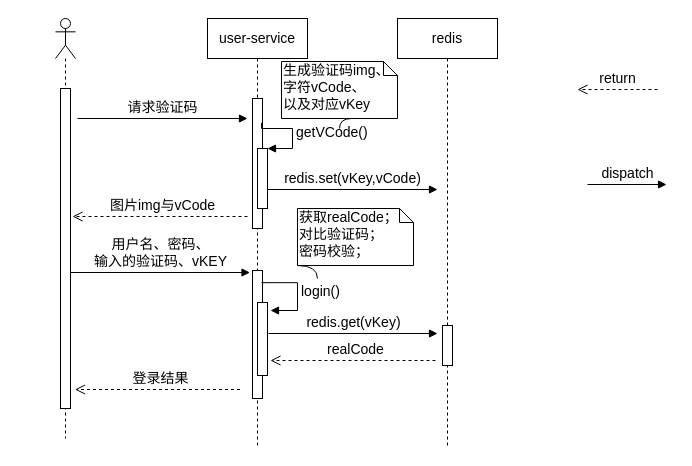
This is page "sequence-vcode" (1 of 4) of CDRS/module-design.drawio from waterwatermelon/graph, a draw.io file, before an edit. Source tidied: cells renumbered, new cells numbered last; positions are measured from the earlier drawing's top-left corner, leaving out a move shared by most shapes. Both pictures are drawn from the tidied source at 100%, with x=0, y=0 at pixel (55, 18).
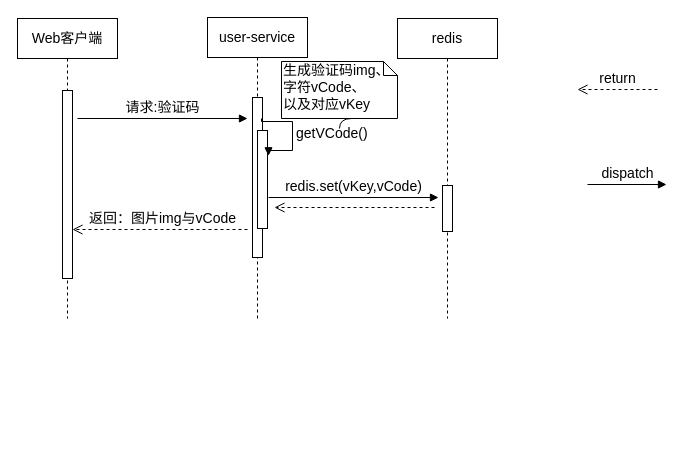
After the change.

Diff of the diagram source:
```diff
@@
-    <mxCell id="2" style="shape=umlLifeline;participant=umlActor;perimeter=lifelinePerimeter;whiteSpace=wrap;html=1;verticalAlign=top;spacingTop=36;labelBackgroundColor=#ffffff;fontSize=14;" parent="1" vertex="1">
-      <mxGeometry width="20" height="420" as="geometry" />
-    </mxCell>
-    <mxCell id="3" style="html=1;perimeter=orthogonalPerimeter;fontSize=14;" parent="2" vertex="1">
-      <mxGeometry x="5" y="70" width="10" height="320" as="geometry" />
-    </mxCell>
     <mxCell id="4" value="user-service" style="shape=umlLifeline;perimeter=lifelinePerimeter;whiteSpace=wrap;html=1;fontSize=14;" parent="1" vertex="1">
-      <mxGeometry x="152" width="100" height="430" as="geometry" />
+      <mxGeometry x="152" y="-1" width="100" height="301" as="geometry" />
     </mxCell>
     <mxCell id="5" style="html=1;points=[];perimeter=orthogonalPerimeter;fontSize=14;" parent="4" vertex="1">
-      <mxGeometry x="45" y="80" width="10" height="130" as="geometry" />
+      <mxGeometry x="45" y="80" width="10" height="160" as="geometry" />
     </mxCell>
-    <mxCell id="6" style="html=1;points=[];perimeter=orthogonalPerimeter;fontSize=14;" parent="4" vertex="1">
-      <mxGeometry x="45" y="252" width="10" height="128" as="geometry" />
-    </mxCell>
-    <mxCell id="7" style="html=1;perimeter=orthogonalPerimeter;fontSize=14;" parent="4" vertex="1">
-      <mxGeometry x="50" y="284" width="10" height="73" as="geometry" />
-    </mxCell>
-    <mxCell id="8" value="login()" style="edgeStyle=orthogonalEdgeStyle;html=1;align=left;spacingLeft=2;endArrow=block;rounded=0;fontSize=14;exitX=0.9;exitY=0.095;exitDx=0;exitDy=0;exitPerimeter=0;" parent="4" edge="1" source="6">
-      <mxGeometry relative="1" as="geometry">
-        <mxPoint x="63" y="292" as="targetPoint" />
-        <Array as="points">
-          <mxPoint x="90" y="264" />
-          <mxPoint x="90" y="292" />
-        </Array>
-      </mxGeometry>
-    </mxCell>
     <mxCell id="9" value="redis" style="shape=umlLifeline;perimeter=lifelinePerimeter;whiteSpace=wrap;html=1;fontSize=14;" parent="1" vertex="1">
-      <mxGeometry x="342" width="100" height="430" as="geometry" />
+      <mxGeometry x="342" width="100" height="300" as="geometry" />
     </mxCell>
-    <mxCell id="10" style="html=1;perimeter=orthogonalPerimeter;fontSize=14;" parent="9" vertex="1">
-      <mxGeometry x="45" y="307" width="10" height="40" as="geometry" />
-    </mxCell>
+    <mxCell id="26" style="html=1;perimeter=orthogonalPerimeter;fontSize=14;" parent="9" vertex="1">
+      <mxGeometry x="45" y="167" width="10" height="46" as="geometry" />
+    </mxCell>
-    <mxCell id="11" value="请求验证码" style="html=1;verticalAlign=bottom;endArrow=block;fontSize=14;" parent="1" edge="1">
+    <mxCell id="11" value="请求:验证码" style="html=1;verticalAlign=bottom;endArrow=block;fontSize=14;" parent="1" edge="1">
       <mxGeometry relative="1" as="geometry">
         <mxPoint x="22" y="100" as="sourcePoint" />
         <mxPoint x="192" y="100" as="targetPoint" />
       </mxGeometry>
     </mxCell>
@@
     <mxCell id="14" style="html=1;points=[];perimeter=orthogonalPerimeter;fontSize=14;" parent="1" vertex="1">
-      <mxGeometry x="202" y="130" width="10" height="60" as="geometry" />
+      <mxGeometry x="202" y="112" width="10" height="98" as="geometry" />
     </mxCell>
-    <mxCell id="15" value="getVCode()" style="edgeStyle=orthogonalEdgeStyle;html=1;align=left;spacingLeft=2;endArrow=block;rounded=0;entryX=1;entryY=0;fontSize=14;exitX=0.9;exitY=0.188;exitDx=0;exitDy=0;exitPerimeter=0;" parent="1" edge="1" source="5" target="14">
+    <mxCell id="15" value="getVCode()" style="edgeStyle=orthogonalEdgeStyle;html=1;align=left;spacingLeft=2;endArrow=block;rounded=0;fontSize=14;entryX=1.1;entryY=0.258;entryDx=0;entryDy=0;entryPerimeter=0;" parent="1" edge="1" target="14">
       <mxGeometry relative="1" as="geometry">
+        <mxPoint x="206" y="100" as="sourcePoint" />
         <Array as="points">
-          <mxPoint x="237" y="110" />
-          <mxPoint x="237" y="130" />
+          <mxPoint x="237" y="103" />
+          <mxPoint x="237" y="132" />
         </Array>
       </mxGeometry>
     </mxCell>
@@
-    <mxCell id="17" value="&lt;span style=&quot;white-space: nowrap&quot;&gt;生成验证码img、&lt;/span&gt;&lt;br style=&quot;white-space: nowrap&quot;&gt;&lt;span style=&quot;white-space: nowrap&quot;&gt;字符vCode、&lt;/span&gt;&lt;br style=&quot;white-space: nowrap&quot;&gt;&lt;span style=&quot;white-space: nowrap&quot;&gt;以及对应vKey&lt;/span&gt;" style="shape=note;whiteSpace=wrap;html=1;size=14;verticalAlign=top;align=left;spacingTop=-6;fontSize=14;" parent="1" vertex="1">
+    <mxCell id="17" value="&lt;span style=&quot;white-space: nowrap; font-size: 14px;&quot;&gt;生成验证码img、&lt;/span&gt;&lt;br style=&quot;white-space: nowrap; font-size: 14px;&quot;&gt;&lt;span style=&quot;white-space: nowrap; font-size: 14px;&quot;&gt;字符vCode、&lt;/span&gt;&lt;br style=&quot;white-space: nowrap; font-size: 14px;&quot;&gt;&lt;span style=&quot;white-space: nowrap; font-size: 14px;&quot;&gt;以及对应vKey&lt;/span&gt;" style="shape=note;whiteSpace=wrap;html=1;size=14;verticalAlign=top;align=left;spacingTop=-6;fontSize=14;" parent="1" vertex="1">
       <mxGeometry x="226" y="43" width="116" height="57" as="geometry" />
     </mxCell>
     <mxCell id="18" value="redis.set(vKey,vCode)" style="html=1;verticalAlign=bottom;endArrow=block;fontSize=14;" parent="1" edge="1">
       <mxGeometry relative="1" as="geometry">
-        <mxPoint x="212" y="171" as="sourcePoint" />
-        <mxPoint x="382" y="171" as="targetPoint" />
+        <mxPoint x="213" y="179" as="sourcePoint" />
+        <mxPoint x="383" y="179" as="targetPoint" />
       </mxGeometry>
     </mxCell>
-    <mxCell id="19" value="图片img与vCode" style="html=1;verticalAlign=bottom;endArrow=open;dashed=1;endSize=8;fontSize=14;" parent="1" edge="1">
+    <mxCell id="19" value="返回：图片img与vCode" style="html=1;verticalAlign=bottom;endArrow=open;dashed=1;endSize=8;fontSize=14;" parent="1" edge="1">
       <mxGeometry x="-0.03" relative="1" as="geometry">
-        <mxPoint x="192" y="198" as="sourcePoint" />
-        <mxPoint x="17" y="198" as="targetPoint" />
+        <mxPoint x="192" y="211" as="sourcePoint" />
+        <mxPoint x="17" y="211" as="targetPoint" />
       </mxGeometry>
     </mxCell>
-    <mxCell id="20" value="用户名、密码、&lt;br&gt;输入的验证码、vKEY" style="html=1;verticalAlign=bottom;endArrow=block;fontSize=14;" parent="1" edge="1">
-      <mxGeometry relative="1" as="geometry">
-        <mxPoint x="14.5" y="254" as="sourcePoint" />
-        <mxPoint x="194.5" y="254" as="targetPoint" />
-      </mxGeometry>
-    </mxCell>
-    <mxCell id="21" value="redis.get(vKey)" style="html=1;verticalAlign=bottom;endArrow=block;fontSize=14;" parent="1" edge="1">
-      <mxGeometry relative="1" as="geometry">
-        <mxPoint x="213" y="315" as="sourcePoint" />
-        <mxPoint x="382" y="315" as="targetPoint" />
-      </mxGeometry>
-    </mxCell>
-    <mxCell id="22" value="realCode" style="html=1;verticalAlign=bottom;endArrow=open;dashed=1;endSize=8;fontSize=14;" parent="1" edge="1">
-      <mxGeometry x="-0.03" relative="1" as="geometry">
-        <mxPoint x="380" y="342" as="sourcePoint" />
-        <mxPoint x="215" y="342" as="targetPoint" />
-      </mxGeometry>
-    </mxCell>
-    <mxCell id="23" style="edgeStyle=orthogonalEdgeStyle;curved=1;rounded=0;jettySize=auto;html=1;exitX=0;exitY=1;exitDx=0;exitDy=0;exitPerimeter=0;endArrow=none;endFill=0;fontSize=14;" parent="1" edge="1" source="24">
-      <mxGeometry relative="1" as="geometry">
-        <mxPoint x="262" y="260" as="targetPoint" />
-      </mxGeometry>
-    </mxCell>
-    <mxCell id="24" value="&lt;span style=&quot;white-space: nowrap&quot;&gt;获取real&lt;/span&gt;&lt;span style=&quot;white-space: nowrap&quot;&gt;Code；&lt;br&gt;&lt;/span&gt;对比验证码；&lt;br&gt;密码校验；" style="shape=note;whiteSpace=wrap;html=1;size=14;verticalAlign=top;align=left;spacingTop=-6;fontSize=14;" parent="1" vertex="1">
-      <mxGeometry x="242" y="190" width="116" height="57" as="geometry" />
-    </mxCell>
-    <mxCell id="25" value="登录结果" style="html=1;verticalAlign=bottom;endArrow=open;dashed=1;endSize=8;fontSize=14;" parent="1" edge="1">
-      <mxGeometry x="-0.03" relative="1" as="geometry">
-        <mxPoint x="184.5" y="371" as="sourcePoint" />
-        <mxPoint x="19.5" y="371" as="targetPoint" />
-      </mxGeometry>
-    </mxCell>
+    <mxCell id="27" value="Web客户端" style="shape=umlLifeline;perimeter=lifelinePerimeter;whiteSpace=wrap;html=1;fontSize=14;" parent="1" vertex="1">
+      <mxGeometry x="-38" width="100" height="300" as="geometry" />
+    </mxCell>
+    <mxCell id="28" style="html=1;perimeter=orthogonalPerimeter;strokeWidth=1;fontSize=14;strokeColor=#000000;" parent="27" vertex="1">
+      <mxGeometry x="45" y="72" width="10" height="188" as="geometry" />
+    </mxCell>
+    <mxCell id="29" style="html=1;verticalAlign=bottom;endArrow=open;dashed=1;endSize=8;fontSize=14;" parent="1" edge="1">
+      <mxGeometry relative="1" as="geometry">
+        <mxPoint x="379" y="189" as="sourcePoint" />
+        <mxPoint x="219" y="189" as="targetPoint" />
+      </mxGeometry>
+    </mxCell>
```
